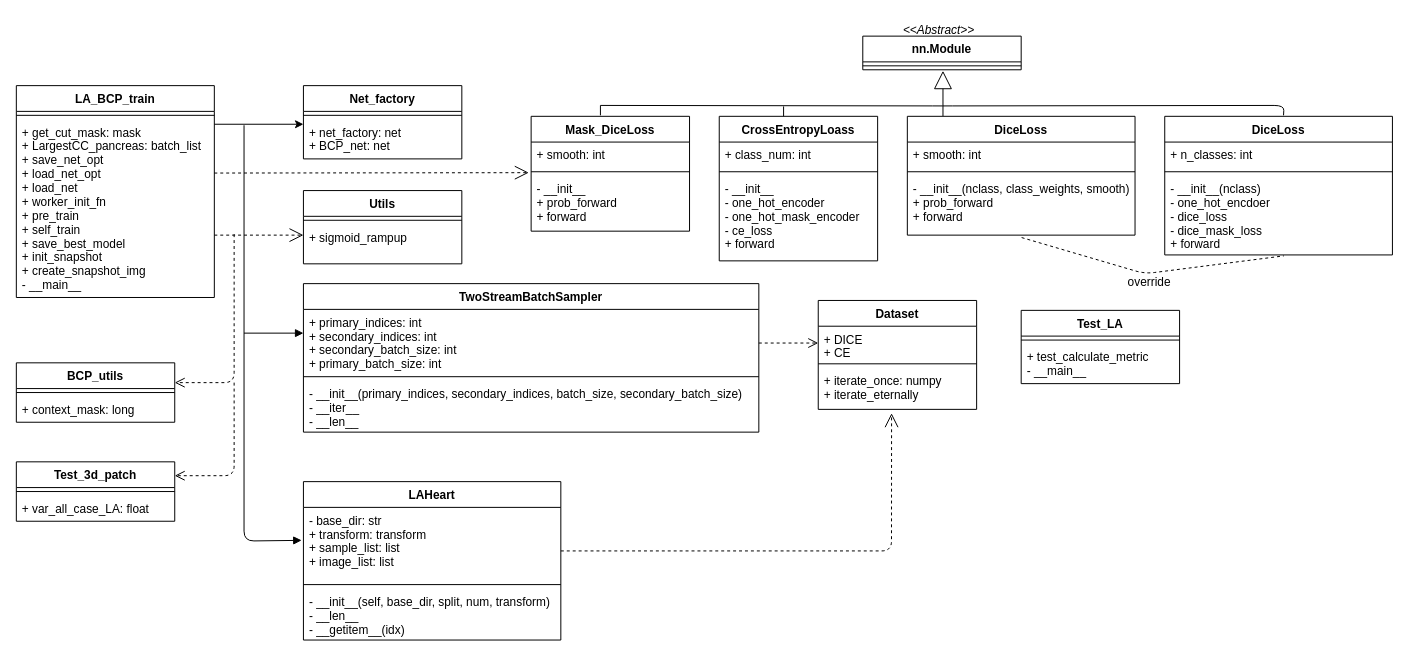
The draw.io diagram UML_before.drawio in yinghua8/Refactoring-BCP-Project, before the edit. Source tidied: cells renumbered, new cells numbered last; positions are measured from the earlier drawing's top-left corner, leaving out a move shared by most shapes. Both pictures are drawn from the tidied source at 99%, with x=0, y=0 at pixel (16, 16).
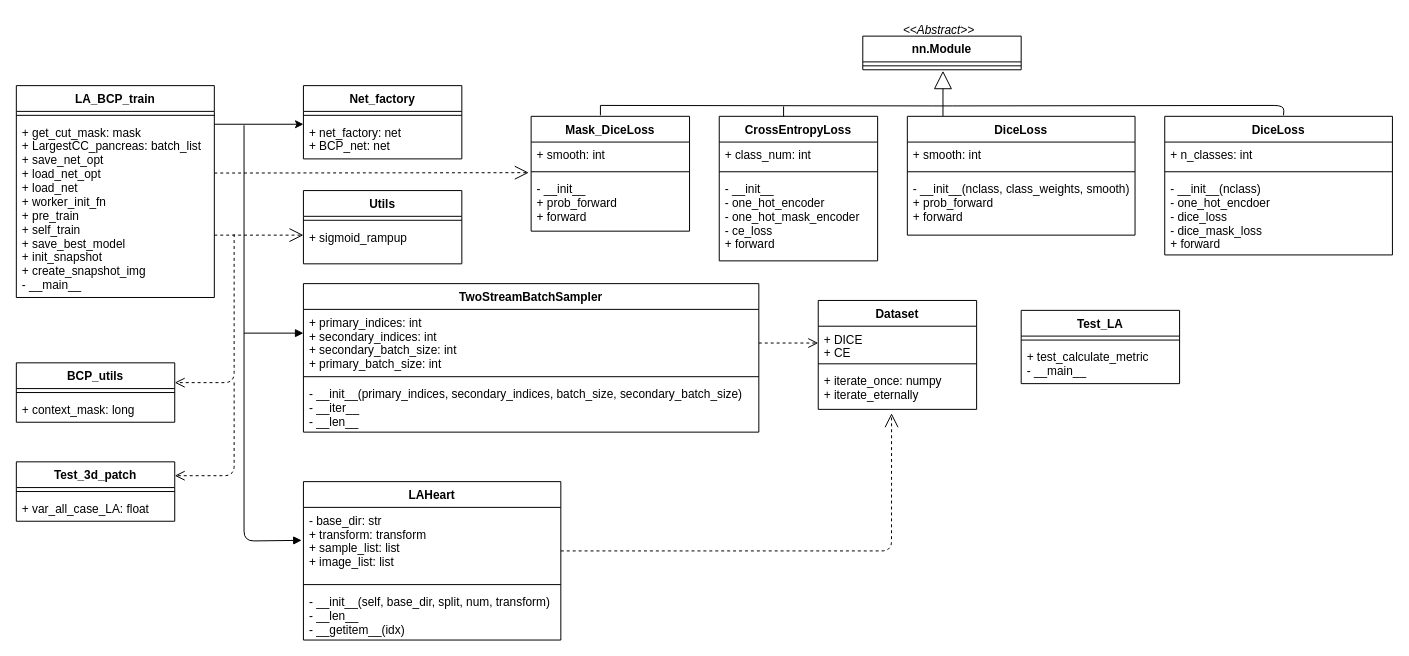
Above is the later version.

Unchanged cells that the change refers to:
```xml
<mxCell id="48" value="- __init__(nclass, class_weights, smooth)&#10;+ prob_forward&#10;+ forward" style="text;strokeColor=none;fillColor=none;align=left;verticalAlign=top;spacingLeft=4;spacingRight=4;overflow=hidden;points=[[0,0.5],[1,0.5]];portConstraint=eastwest;" parent="45" vertex="1">
  <mxGeometry y="60" width="230" height="60" as="geometry" />
</mxCell>
<mxCell id="52" value="- __init__(nclass)&#10;- one_hot_encdoer&#10;- dice_loss&#10;- dice_mask_loss&#10;+ forward" style="text;strokeColor=none;fillColor=none;align=left;verticalAlign=top;spacingLeft=4;spacingRight=4;overflow=hidden;points=[[0,0.5],[1,0.5]];portConstraint=eastwest;" parent="49" vertex="1">
  <mxGeometry y="60" width="230" height="80" as="geometry" />
</mxCell>
```

What changed in the source:
```diff
@@
-    <mxCell id="41" value="CrossEntropyLoass" style="swimlane;fontStyle=1;align=center;verticalAlign=top;horizontal=1;startSize=26;fillColor=#FFFFFF;" parent="1" vertex="1">
+    <mxCell id="41" value="CrossEntropyLoss" style="swimlane;fontStyle=1;align=center;verticalAlign=top;horizontal=1;startSize=26;fillColor=#FFFFFF;" parent="1" vertex="1">
       <mxGeometry x="710" y="101" width="160" height="146" as="geometry" />
     </mxCell>
@@
-    <mxCell id="56" style="endArrow=none;dashed=1;html=1;exitX=0.502;exitY=1.041;exitDx=0;exitDy=0;exitPerimeter=0;entryX=0.523;entryY=1.012;entryDx=0;entryDy=0;entryPerimeter=0;" parent="1" edge="1" source="48" target="52">
-      <mxGeometry relative="1" as="geometry">
-        <Array as="points">
-          <mxPoint x="1140" y="260" />
-        </Array>
-      </mxGeometry>
-    </mxCell>
-    <mxCell id="57" value="override" style="text;strokeColor=none;fillColor=none;align=left;verticalAlign=top;spacingLeft=4;spacingRight=4;overflow=hidden;" parent="1" vertex="1">
-      <mxGeometry x="1117" y="255" width="63" height="26" as="geometry" />
-    </mxCell>
```
